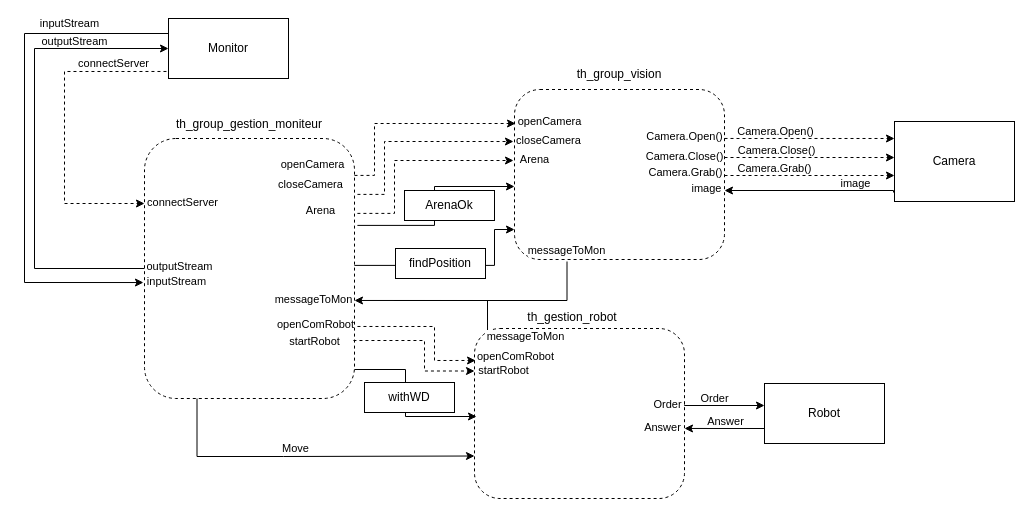
Earlier version of the draw.io diagram Diagramme_fonctionnel_general.drawio (martemr/Projet_temps_reel). Source tidied: cells renumbered, new cells numbered last; positions are measured from the earlier drawing's top-left corner, leaving out a move shared by most shapes. Both pictures are drawn from the tidied source at 100%, with x=0, y=0 at pixel (24, 18).
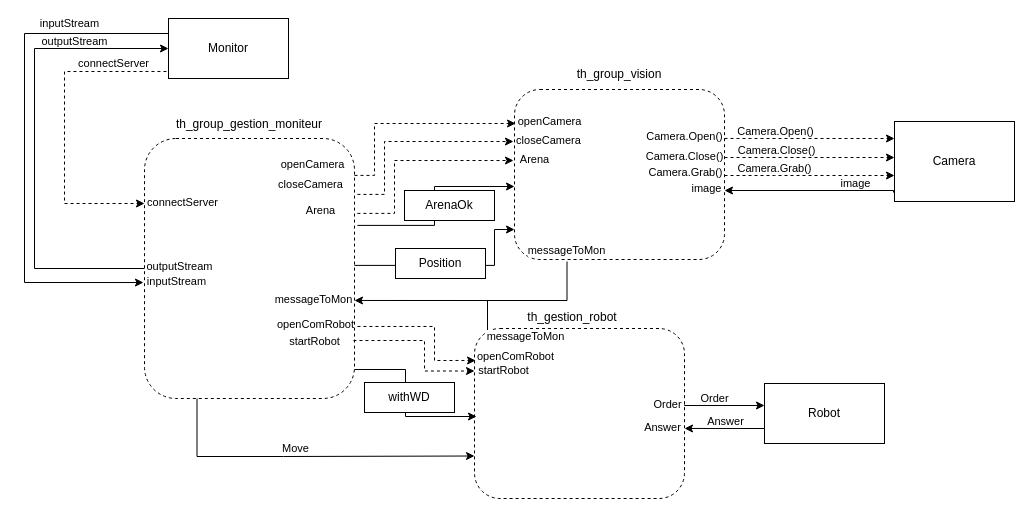
Above is the later version.

Diff of the diagram source:
```diff
@@
-    <mxCell id="56" value="findPosition" style="rounded=0;whiteSpace=wrap;html=1;" parent="1" vertex="1">
+    <mxCell id="56" value="Position" style="rounded=0;whiteSpace=wrap;html=1;" parent="1" vertex="1">
       <mxGeometry x="371" y="230" width="90" height="30" as="geometry" />
     </mxCell>
```
